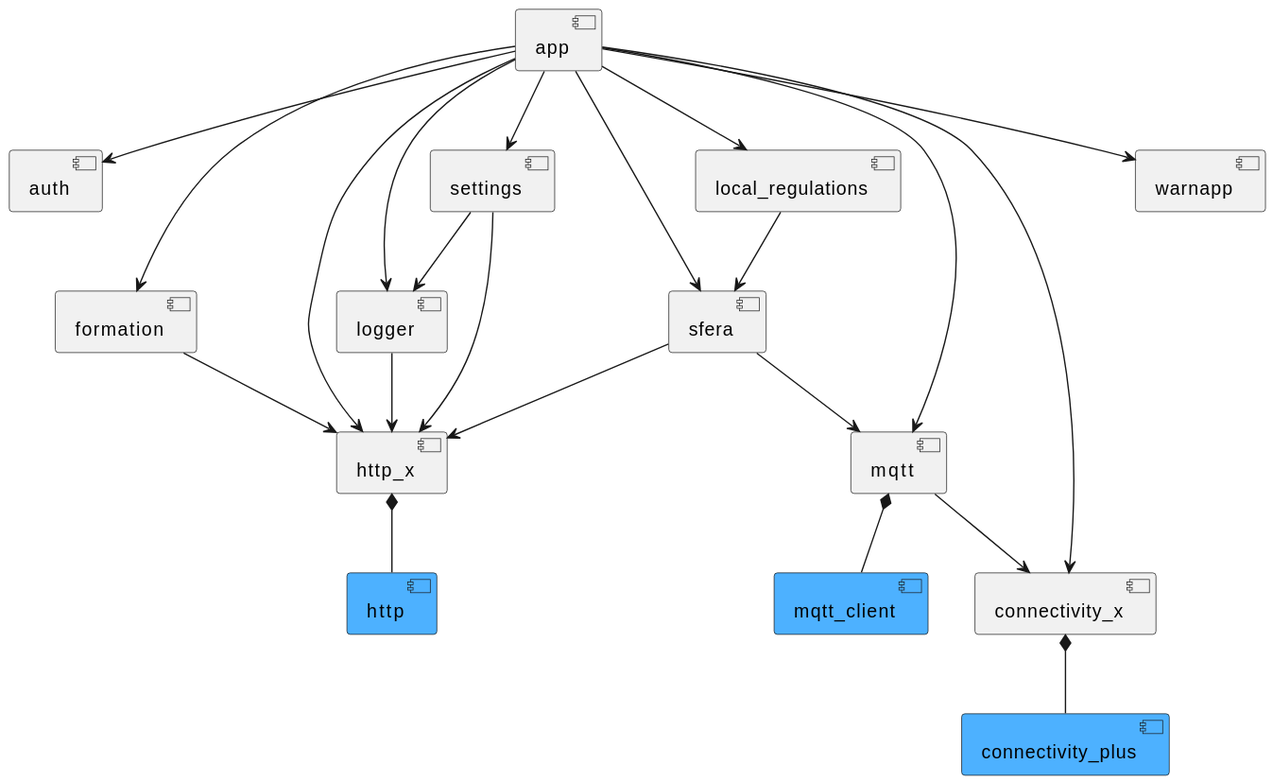
This is das_client/components.svg from SchweizerischeBundesbahnen/DAS, a PlantUML export, as it was before one commit.
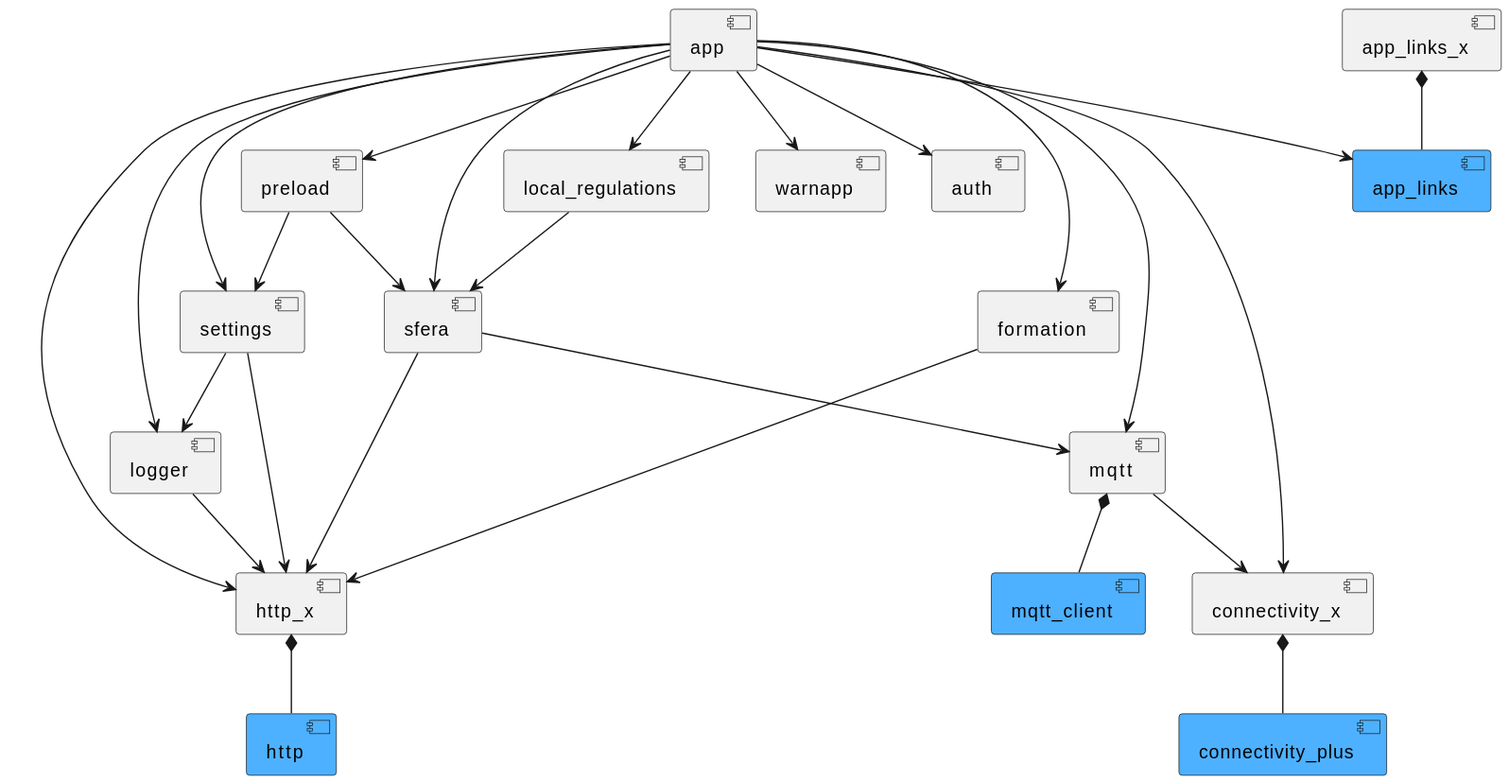
After the change.

Change to the diagram source:
```diff
@@ -13,6 +13,9 @@
 component http_x
 component http #4DB1FF
 component connectivity_plus #4DB1FF
+component app_links #4DB1FF
+component app_links_x
+component preload
 
 app --> auth
 app --> sfera
@@ -24,6 +27,8 @@
 app --> logger
 app --> http_x
 app --> formation
+app --> app_links
+app --> preload
 
 settings --> http_x
 settings --> logger
@@ -43,4 +48,9 @@
 mqtt *-- mqtt_client
 
 connectivity_x *-- connectivity_plus
+
+app_links_x *-- app_links
+
+preload --> settings
+preload --> sfera
 @enduml
```
